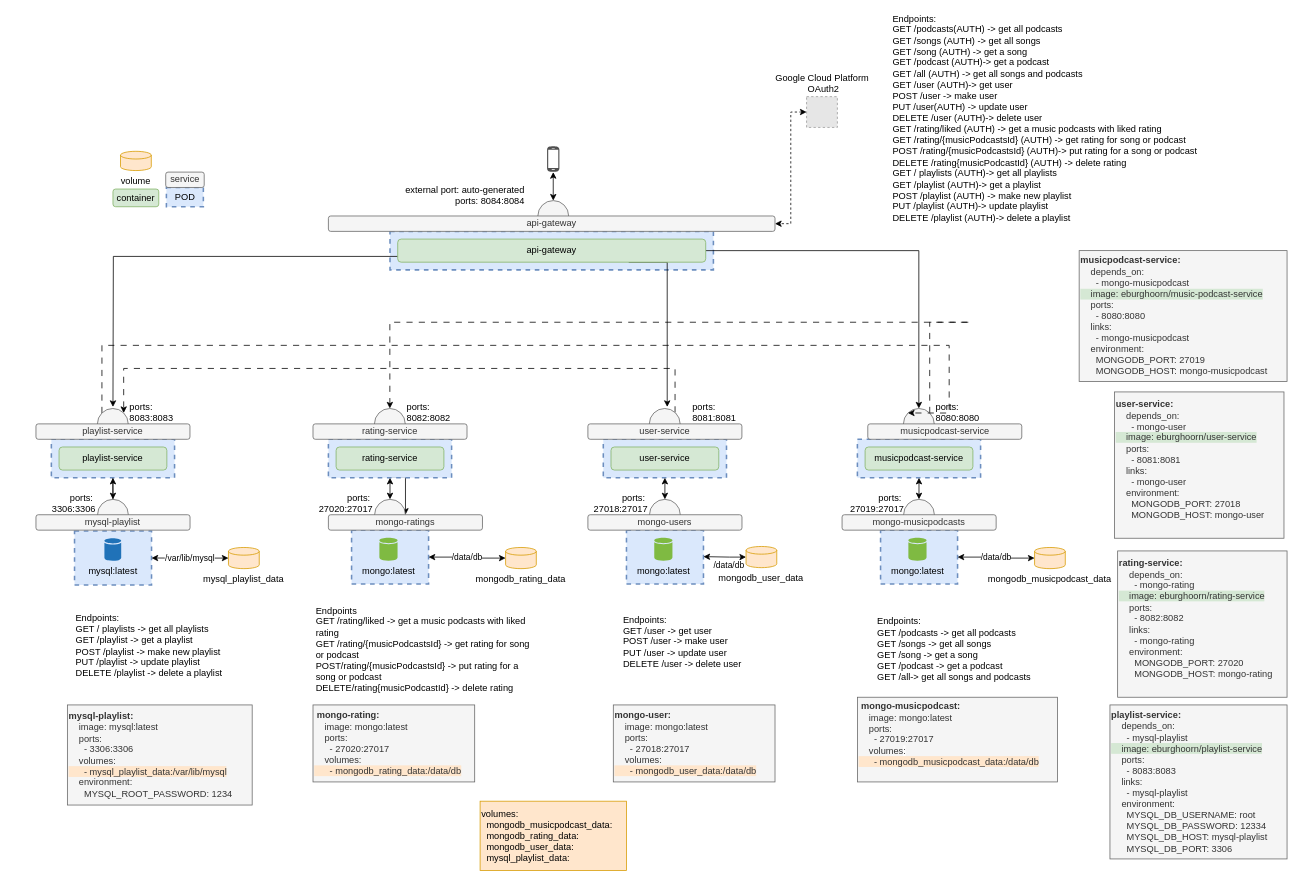
This is muziekservice.drawio from EvaBurghoorn/ProjectEDE_muziekservice, a draw.io file, before an edit. Source tidied: cells renumbered, new cells numbered last; positions are measured from the earlier drawing's top-left corner, leaving out a move shared by most shapes. Both pictures are drawn from the tidied source at 77%, with x=0, y=0 at pixel (13, 29). Pictures stored in the file or linked from it are replaced by grey dashed boxes.
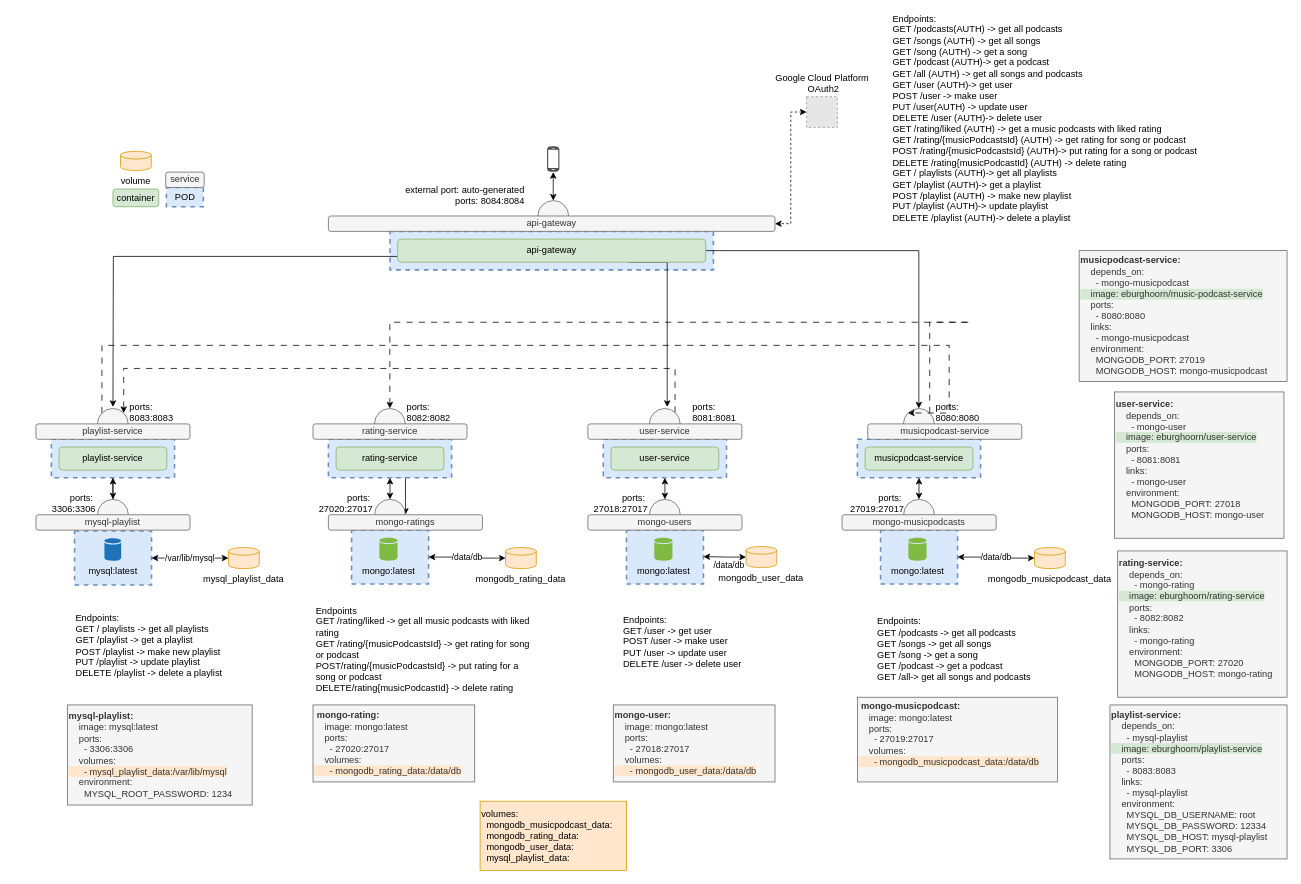
The same page after the edit.

What changed in the source:
```diff
@@
-    <mxCell id="75" value="Endpoints&lt;br&gt;GET /rating/liked -&amp;gt; get a music podcasts with liked rating&lt;br&gt;GET /rating/{musicPodcastsId} -&amp;gt; get rating for song or podcast&lt;br&gt;POST/rating/{musicPodcastsId} -&amp;gt; put rating for a song or podcast&lt;br&gt;DELETE/rating{musicPodcastId} -&amp;gt; delete rating" style="text;html=1;strokeColor=none;fillColor=none;align=left;verticalAlign=middle;whiteSpace=wrap;rounded=0;" parent="1" vertex="1">
+    <mxCell id="75" value="Endpoints&lt;br&gt;GET /rating/liked -&amp;gt; get all music podcasts with liked rating&lt;br&gt;GET /rating/{musicPodcastsId} -&amp;gt; get rating for song or podcast&lt;br&gt;POST/rating/{musicPodcastsId} -&amp;gt; put rating for a song or podcast&lt;br&gt;DELETE/rating{musicPodcastId} -&amp;gt; delete rating" style="text;html=1;strokeColor=none;fillColor=none;align=left;verticalAlign=middle;whiteSpace=wrap;rounded=0;" parent="1" vertex="1">
       <mxGeometry x="391" y="785" width="290" height="40" as="geometry" />
     </mxCell>
```
